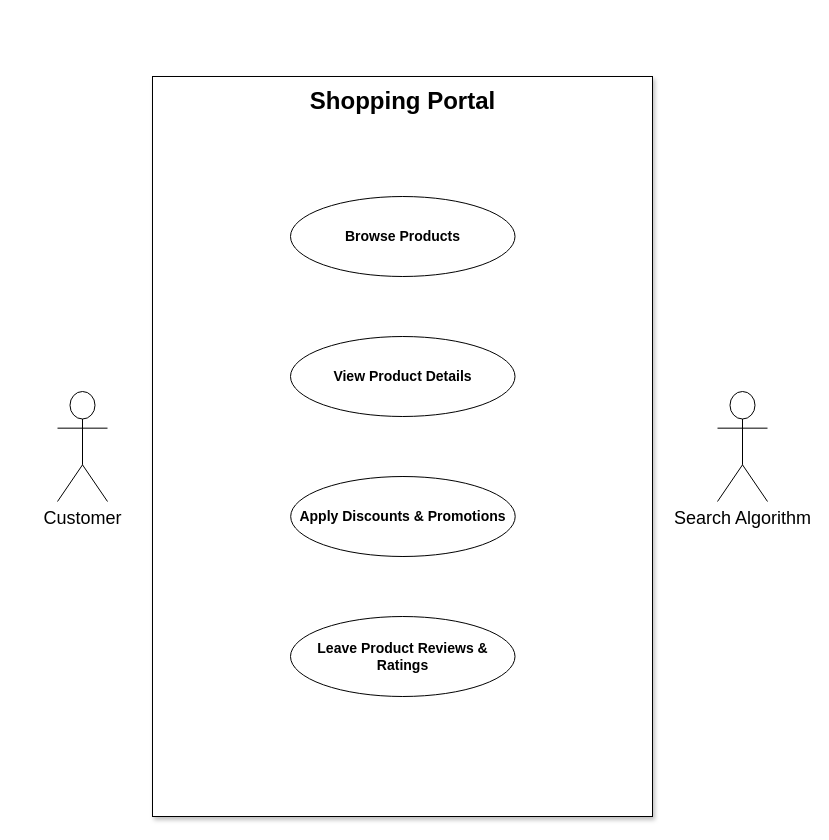
This is ITC211 System Analysis and Design/Use Case Shopping Experience.drawio from Sam-WebP/CSU, a draw.io file, before an edit. Source tidied: cells renumbered, new cells numbered last; positions are measured from the earlier drawing's top-left corner, leaving out a move shared by most shapes. Both pictures are drawn from the tidied source at 100%, with x=0, y=0 at pixel (32, 86).
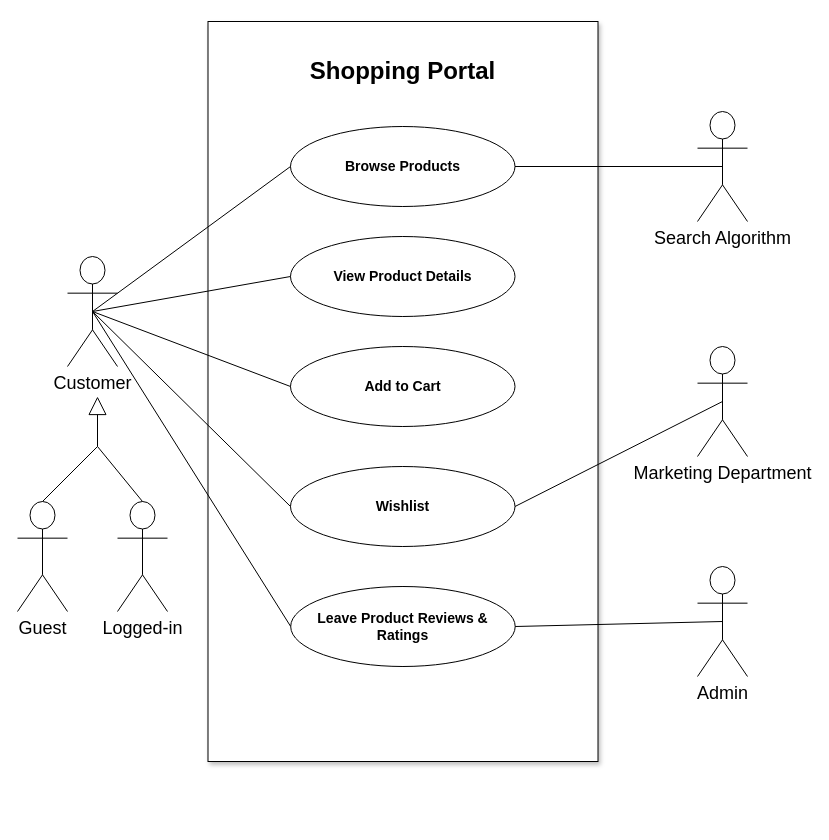
The same page after the edit.

Diff of the diagram source:
```diff
@@
     <mxCell id="2" value="&lt;font style=&quot;font-size: 18px;&quot;&gt;Search Algorithm&lt;/font&gt;" style="shape=umlActor;verticalLabelPosition=bottom;verticalAlign=top;html=1;outlineConnect=0;" parent="1" vertex="1">
-      <mxGeometry x="685" y="305" width="50" height="110" as="geometry" />
+      <mxGeometry x="665" y="25" width="50" height="110" as="geometry" />
     </mxCell>
     <mxCell id="3" style="rounded=0;whiteSpace=wrap;html=1;rotation=90;shadow=1;" parent="1" vertex="1">
-      <mxGeometry y="110" width="740" height="500" as="geometry" />
+      <mxGeometry x="0.5" y="110" width="740" height="390" as="geometry" />
     </mxCell>
     <mxCell id="4" value="&lt;font style=&quot;font-size: 18px;&quot;&gt;Customer&lt;/font&gt;" style="shape=umlActor;verticalLabelPosition=bottom;verticalAlign=top;html=1;outlineConnect=0;" parent="1" vertex="1">
-      <mxGeometry x="25" y="305" width="50" height="110" as="geometry" />
+      <mxGeometry x="35" y="170" width="50" height="110" as="geometry" />
     </mxCell>
     <mxCell id="5" value="&lt;font style=&quot;font-size: 24px;&quot;&gt;Shopping Portal&lt;/font&gt;" style="text;html=1;strokeColor=none;fillColor=none;align=center;verticalAlign=middle;whiteSpace=wrap;rounded=0;fontStyle=1;" parent="1" vertex="1">
-      <mxGeometry x="268" width="205" height="30" as="geometry" />
+      <mxGeometry x="268" y="-30" width="205" height="30" as="geometry" />
     </mxCell>
     <mxCell id="6" value="&lt;b&gt;&lt;font style=&quot;font-size: 14px;&quot;&gt;Leave Product Reviews &amp;amp; Ratings&lt;/font&gt;&lt;/b&gt;" style="ellipse;whiteSpace=wrap;html=1;" parent="1" vertex="1">
-      <mxGeometry x="258" y="530" width="224.5" height="80" as="geometry" />
+      <mxGeometry x="258.2" y="500" width="224.5" height="80" as="geometry" />
     </mxCell>
-    <mxCell id="7" value="&lt;b&gt;&lt;font style=&quot;font-size: 14px;&quot;&gt;Apply Discounts &amp;amp; Promotions&lt;/font&gt;&lt;/b&gt;" style="ellipse;whiteSpace=wrap;html=1;" parent="1" vertex="1">
-      <mxGeometry x="258.2" y="390" width="224.5" height="80" as="geometry" />
-    </mxCell>
     <mxCell id="8" value="&lt;b&gt;&lt;font style=&quot;font-size: 14px;&quot;&gt;View Product Details&lt;/font&gt;&lt;/b&gt;" style="ellipse;whiteSpace=wrap;html=1;" parent="1" vertex="1">
-      <mxGeometry x="258" y="250" width="224.5" height="80" as="geometry" />
+      <mxGeometry x="258" y="150" width="224.5" height="80" as="geometry" />
     </mxCell>
     <mxCell id="9" value="&lt;font style=&quot;font-size: 14px;&quot;&gt;&lt;b&gt;Browse Products&lt;/b&gt;&lt;/font&gt;" style="ellipse;whiteSpace=wrap;html=1;" parent="1" vertex="1">
-      <mxGeometry x="258" y="110" width="224.5" height="80" as="geometry" />
+      <mxGeometry x="258" y="40" width="224.5" height="80" as="geometry" />
     </mxCell>
+    <mxCell id="10" value="&lt;font style=&quot;font-size: 18px;&quot;&gt;Guest&lt;/font&gt;" style="shape=umlActor;verticalLabelPosition=bottom;verticalAlign=top;html=1;outlineConnect=0;" parent="1" vertex="1">
+      <mxGeometry x="-15" y="415" width="50" height="110" as="geometry" />
+    </mxCell>
+    <mxCell id="11" value="&lt;font style=&quot;font-size: 18px;&quot;&gt;Logged-in&lt;/font&gt;" style="shape=umlActor;verticalLabelPosition=bottom;verticalAlign=top;html=1;outlineConnect=0;" parent="1" vertex="1">
+      <mxGeometry x="85" y="415" width="50" height="110" as="geometry" />
+    </mxCell>
+    <mxCell id="12" style="endArrow=block;endSize=16;endFill=0;html=1;rounded=0;" parent="1" edge="1">
+      <mxGeometry relative="1" as="geometry">
+        <mxPoint x="60" y="380" as="sourcePoint" />
+        <mxPoint x="60" y="380" as="targetPoint" />
+      </mxGeometry>
+    </mxCell>
+    <mxCell id="13" style="endArrow=block;endSize=16;endFill=0;html=1;rounded=0;exitX=0.5;exitY=0;exitDx=0;exitDy=0;exitPerimeter=0;" parent="1" edge="1" source="10">
+      <mxGeometry relative="1" as="geometry">
+        <mxPoint x="65" y="310" as="targetPoint" />
+        <Array as="points">
+          <mxPoint x="65" y="360" />
+        </Array>
+      </mxGeometry>
+    </mxCell>
+    <mxCell id="14" value="&lt;b&gt;&lt;font style=&quot;font-size: 14px;&quot;&gt;Add to Cart&lt;/font&gt;&lt;/b&gt;" style="ellipse;whiteSpace=wrap;html=1;" parent="1" vertex="1">
+      <mxGeometry x="258" y="260" width="224.5" height="80" as="geometry" />
+    </mxCell>
+    <mxCell id="15" value="&lt;b&gt;&lt;font style=&quot;font-size: 14px;&quot;&gt;Wishlist&lt;/font&gt;&lt;/b&gt;" style="ellipse;whiteSpace=wrap;html=1;" parent="1" vertex="1">
+      <mxGeometry x="258" y="380" width="224.5" height="80" as="geometry" />
+    </mxCell>
+    <mxCell id="16" value="&lt;font style=&quot;font-size: 18px;&quot;&gt;Marketing Department&lt;/font&gt;" style="shape=umlActor;verticalLabelPosition=bottom;verticalAlign=top;html=1;outlineConnect=0;" parent="1" vertex="1">
+      <mxGeometry x="665" y="260" width="50" height="110" as="geometry" />
+    </mxCell>
+    <mxCell id="17" value="&lt;font style=&quot;font-size: 18px;&quot;&gt;Admin&lt;/font&gt;" style="shape=umlActor;verticalLabelPosition=bottom;verticalAlign=top;html=1;outlineConnect=0;" parent="1" vertex="1">
+      <mxGeometry x="665" y="480" width="50" height="110" as="geometry" />
+    </mxCell>
+    <mxCell id="18" style="endArrow=none;html=1;rounded=0;entryX=0.5;entryY=0.5;entryDx=0;entryDy=0;entryPerimeter=0;exitX=1;exitY=0.5;exitDx=0;exitDy=0;" parent="1" edge="1" source="6" target="17">
+      <mxGeometry relative="1" as="geometry" />
+    </mxCell>
+    <mxCell id="19" style="endArrow=none;html=1;rounded=0;entryX=0.5;entryY=0.5;entryDx=0;entryDy=0;entryPerimeter=0;exitX=1;exitY=0.5;exitDx=0;exitDy=0;" parent="1" edge="1" source="15" target="16">
+      <mxGeometry relative="1" as="geometry" />
+    </mxCell>
+    <mxCell id="20" style="endArrow=none;html=1;rounded=0;entryX=0.5;entryY=0.5;entryDx=0;entryDy=0;entryPerimeter=0;exitX=1;exitY=0.5;exitDx=0;exitDy=0;" parent="1" edge="1" source="9" target="2">
+      <mxGeometry relative="1" as="geometry" />
+    </mxCell>
+    <mxCell id="21" style="endArrow=none;html=1;rounded=0;entryX=0;entryY=0.5;entryDx=0;entryDy=0;exitX=0.5;exitY=0.5;exitDx=0;exitDy=0;exitPerimeter=0;" parent="1" edge="1" source="4" target="9">
+      <mxGeometry relative="1" as="geometry" />
+    </mxCell>
+    <mxCell id="22" style="endArrow=none;html=1;rounded=0;entryX=0;entryY=0.5;entryDx=0;entryDy=0;exitX=0.5;exitY=0.5;exitDx=0;exitDy=0;exitPerimeter=0;" parent="1" edge="1" source="4" target="8">
+      <mxGeometry relative="1" as="geometry" />
+    </mxCell>
+    <mxCell id="23" style="endArrow=none;html=1;rounded=0;entryX=0;entryY=0.5;entryDx=0;entryDy=0;exitX=0.5;exitY=0.5;exitDx=0;exitDy=0;exitPerimeter=0;" parent="1" edge="1" source="4" target="14">
+      <mxGeometry relative="1" as="geometry" />
+    </mxCell>
+    <mxCell id="24" style="endArrow=none;html=1;rounded=0;entryX=0;entryY=0.5;entryDx=0;entryDy=0;exitX=0.5;exitY=0.5;exitDx=0;exitDy=0;exitPerimeter=0;" parent="1" edge="1" source="4" target="15">
+      <mxGeometry relative="1" as="geometry" />
+    </mxCell>
+    <mxCell id="25" style="endArrow=none;html=1;rounded=0;entryX=0;entryY=0.5;entryDx=0;entryDy=0;exitX=0.5;exitY=0.5;exitDx=0;exitDy=0;exitPerimeter=0;" parent="1" edge="1" source="4" target="6">
+      <mxGeometry relative="1" as="geometry" />
+    </mxCell>
+    <mxCell id="26" style="endArrow=none;html=1;rounded=0;entryX=0.5;entryY=0;entryDx=0;entryDy=0;entryPerimeter=0;" parent="1" edge="1" target="11">
+      <mxGeometry relative="1" as="geometry">
+        <mxPoint x="65" y="360" as="sourcePoint" />
+      </mxGeometry>
+    </mxCell>
```
